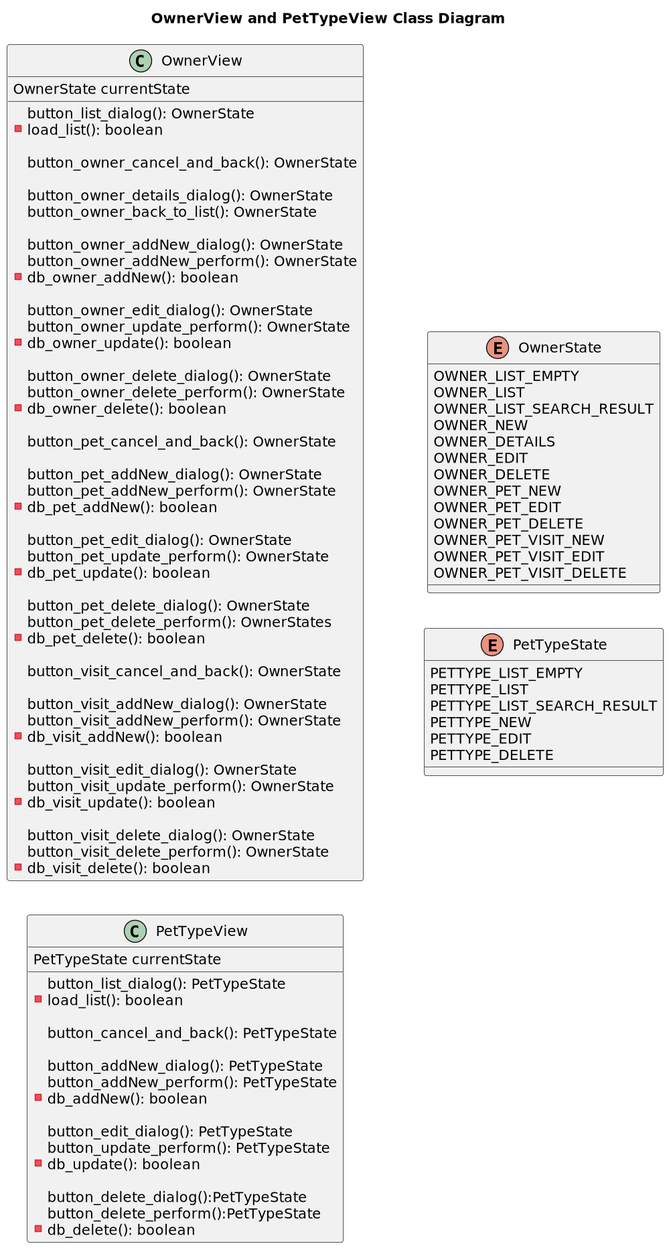
Before: etc/uml/owner/View__Class-OwnerView_and_PetTypeView_Class_Diagram.png, a diagram exported from PlantUML (Jakarta-EE-Petclinic/petclinic-uml). Source of this version:
```plantuml
@startuml


title OwnerView and PetTypeView Class Diagram

left to right direction

scale 1000 width

class OwnerView {

    OwnerState currentState

    button_list_dialog(): OwnerState
    - load_list(): boolean

    button_owner_cancel_and_back(): OwnerState

    button_owner_details_dialog(): OwnerState
    button_owner_back_to_list(): OwnerState

    button_owner_addNew_dialog(): OwnerState
    button_owner_addNew_perform(): OwnerState
    -db_owner_addNew(): boolean

    button_owner_edit_dialog(): OwnerState
    button_owner_update_perform(): OwnerState
    - db_owner_update(): boolean

    button_owner_delete_dialog(): OwnerState
    button_owner_delete_perform(): OwnerState
    - db_owner_delete(): boolean

    button_pet_cancel_and_back(): OwnerState

    button_pet_addNew_dialog(): OwnerState
    button_pet_addNew_perform(): OwnerState
    - db_pet_addNew(): boolean

    button_pet_edit_dialog(): OwnerState
    button_pet_update_perform(): OwnerState
    - db_pet_update(): boolean

    button_pet_delete_dialog(): OwnerState
    button_pet_delete_perform(): OwnerStates
    - db_pet_delete(): boolean

    button_visit_cancel_and_back(): OwnerState

    button_visit_addNew_dialog(): OwnerState
    button_visit_addNew_perform(): OwnerState
    - db_visit_addNew(): boolean

    button_visit_edit_dialog(): OwnerState
    button_visit_update_perform(): OwnerState
   - db_visit_update(): boolean

    button_visit_delete_dialog(): OwnerState
    button_visit_delete_perform(): OwnerState
    - db_visit_delete(): boolean
}

class PetTypeView {

    PetTypeState currentState

    button_list_dialog(): PetTypeState
    - load_list(): boolean

    button_cancel_and_back(): PetTypeState

    button_addNew_dialog(): PetTypeState
    button_addNew_perform(): PetTypeState
    - db_addNew(): boolean

    button_edit_dialog(): PetTypeState
    button_update_perform(): PetTypeState
    - db_update(): boolean

    button_delete_dialog():PetTypeState
    button_delete_perform():PetTypeState
    - db_delete(): boolean
}


enum OwnerState {
    OWNER_LIST_EMPTY
    OWNER_LIST
    OWNER_LIST_SEARCH_RESULT
    OWNER_NEW
    OWNER_DETAILS
    OWNER_EDIT
    OWNER_DELETE
    OWNER_PET_NEW
    OWNER_PET_EDIT
    OWNER_PET_DELETE
    OWNER_PET_VISIT_NEW
    OWNER_PET_VISIT_EDIT
    OWNER_PET_VISIT_DELETE
}

enum PetTypeState {
    PETTYPE_LIST_EMPTY
    PETTYPE_LIST
    PETTYPE_LIST_SEARCH_RESULT
    PETTYPE_NEW
    PETTYPE_EDIT
    PETTYPE_DELETE
}



@enduml
```
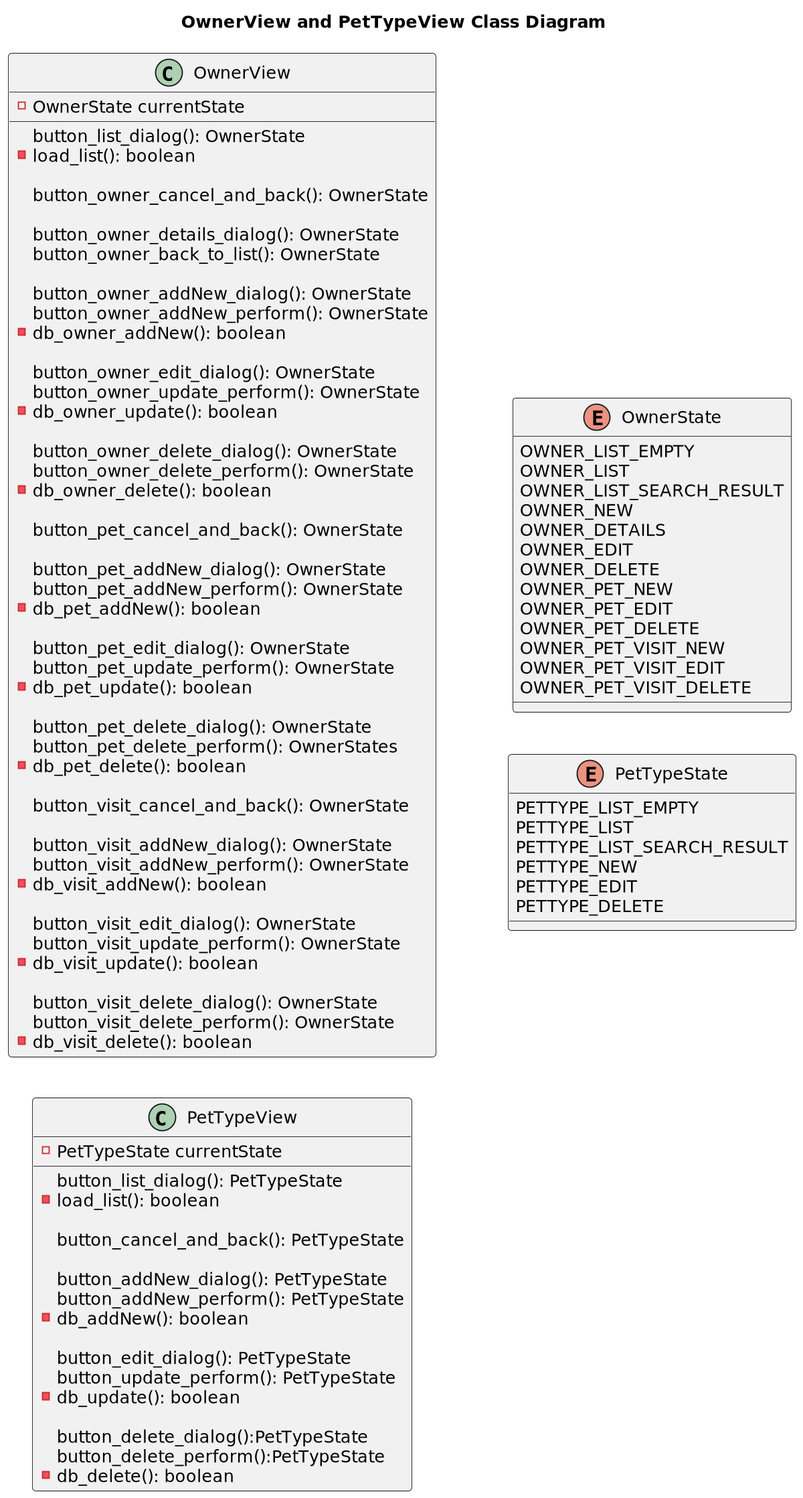
Above is the later version.

Change to the diagram source:
```diff
@@ -5,11 +5,11 @@
 
 left to right direction
 
-scale 1000 width
+scale 1200 width
 
 class OwnerView {
 
-    OwnerState currentState
+    - OwnerState currentState
 
     button_list_dialog(): OwnerState
     - load_list(): boolean
@@ -62,7 +62,7 @@
 
 class PetTypeView {
 
-    PetTypeState currentState
+    - PetTypeState currentState
 
     button_list_dialog(): PetTypeState
     - load_list(): boolean
@@ -108,6 +108,4 @@
     PETTYPE_DELETE
 }
 
-
-
 @enduml
```
